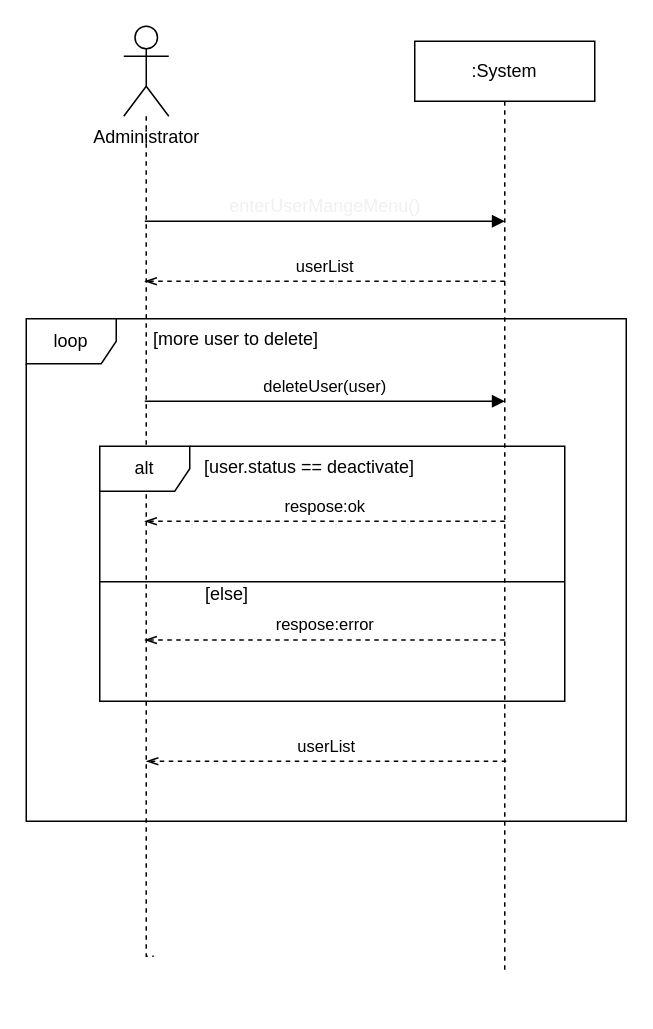
Before: page "DeleteUser" (3 of 4) of diagram/system_sequence_diagram.drawio in wonbeomjang/CAU11708-book-selling-system, a draw.io diagram. Source tidied: cells renumbered, new cells numbered last; positions are measured from the earlier drawing's top-left corner, leaving out a move shared by most shapes. Both pictures are drawn from the tidied source at 150%, with x=0, y=0 at pixel (26, 26).
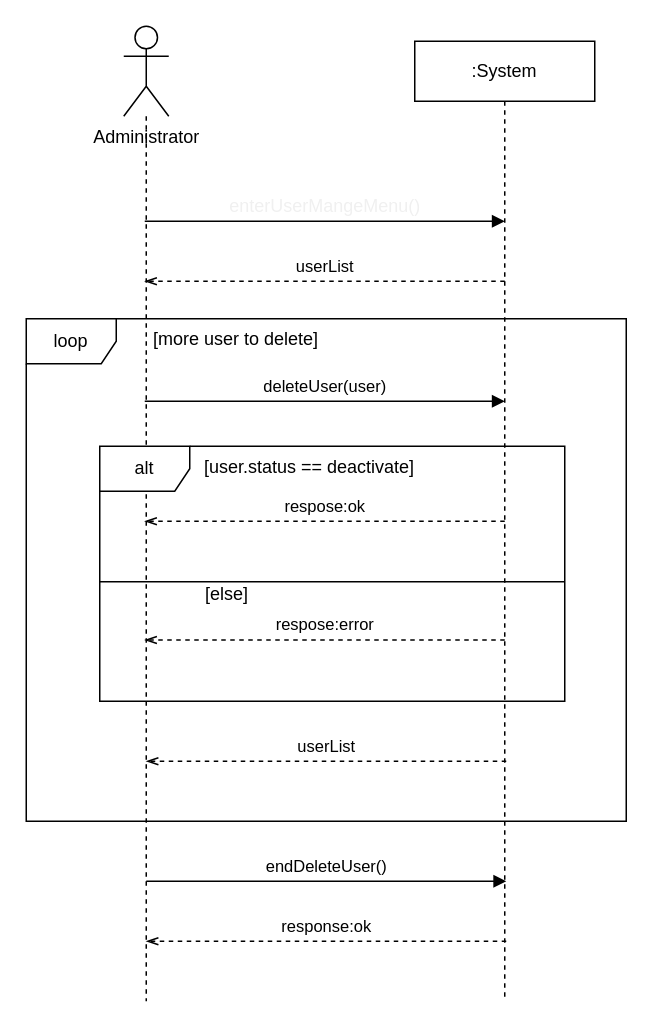
After the change.

The change refers to these unchanged cells:
```xml
<mxCell id="4" value="Administrator" style="shape=umlActor;verticalLabelPosition=bottom;labelBackgroundColor=none;verticalAlign=top;html=1;outlineConnect=0;" parent="1" vertex="1">
  <mxGeometry x="65" width="30" height="60" as="geometry" />
</mxCell>
<mxCell id="6" value=":System" style="rounded=0;whiteSpace=wrap;html=1;labelBackgroundColor=none;" parent="1" vertex="1">
  <mxGeometry x="259" y="10" width="120" height="40" as="geometry" />
</mxCell>
```

The edit, as a diff of the source:
```diff
@@
     <mxCell id="3" style="edgeStyle=orthogonalEdgeStyle;rounded=0;jettySize=auto;html=1;endArrow=none;endFill=0;dashed=1;" parent="1" edge="1" source="4">
       <mxGeometry relative="1" as="geometry">
-        <mxPoint x="85" y="620" as="targetPoint" />
+        <mxPoint x="80" y="650" as="targetPoint" />
         <Array as="points">
           <mxPoint x="80" y="620" />
         </Array>
       </mxGeometry>
     </mxCell>
@@
     <mxCell id="5" style="edgeStyle=orthogonalEdgeStyle;rounded=0;jettySize=auto;html=1;endArrow=none;endFill=0;dashed=1;" parent="1" edge="1" source="6">
       <mxGeometry relative="1" as="geometry">
-        <mxPoint x="319" y="630" as="targetPoint" />
+        <mxPoint x="319" y="650" as="targetPoint" />
       </mxGeometry>
     </mxCell>
@@
-    <mxCell id="9" value="deleteUser(user)" style="endArrow=block;html=1;endFill=1;labelBackgroundColor=none;" parent="1" edge="1">
-      <mxGeometry y="10" relative="1" as="geometry">
-        <mxPoint x="79" y="250" as="sourcePoint" />
-        <mxPoint x="319" y="250" as="targetPoint" />
-      </mxGeometry>
-    </mxCell>
@@
+    <mxCell id="9" value="deleteUser(user)" style="endArrow=block;html=1;endFill=1;labelBackgroundColor=none;" parent="1" edge="1">
+      <mxGeometry y="10" relative="1" as="geometry">
+        <mxPoint x="79" y="250" as="sourcePoint" />
+        <mxPoint x="319" y="250" as="targetPoint" />
+      </mxGeometry>
+    </mxCell>
+    <mxCell id="18" value="endDeleteUser()" style="endArrow=block;html=1;endFill=1;labelBackgroundColor=none;" parent="1" edge="1">
+      <mxGeometry y="10" relative="1" as="geometry">
+        <mxPoint x="80" y="570" as="sourcePoint" />
+        <mxPoint x="320" y="570" as="targetPoint" />
+      </mxGeometry>
+    </mxCell>
+    <mxCell id="19" value="response:ok" style="endArrow=openThin;html=1;endFill=0;dashed=1;" parent="1" edge="1">
+      <mxGeometry y="-10" relative="1" as="geometry">
+        <mxPoint x="320" y="610" as="sourcePoint" />
+        <mxPoint x="80" y="610" as="targetPoint" />
+      </mxGeometry>
+    </mxCell>
```
